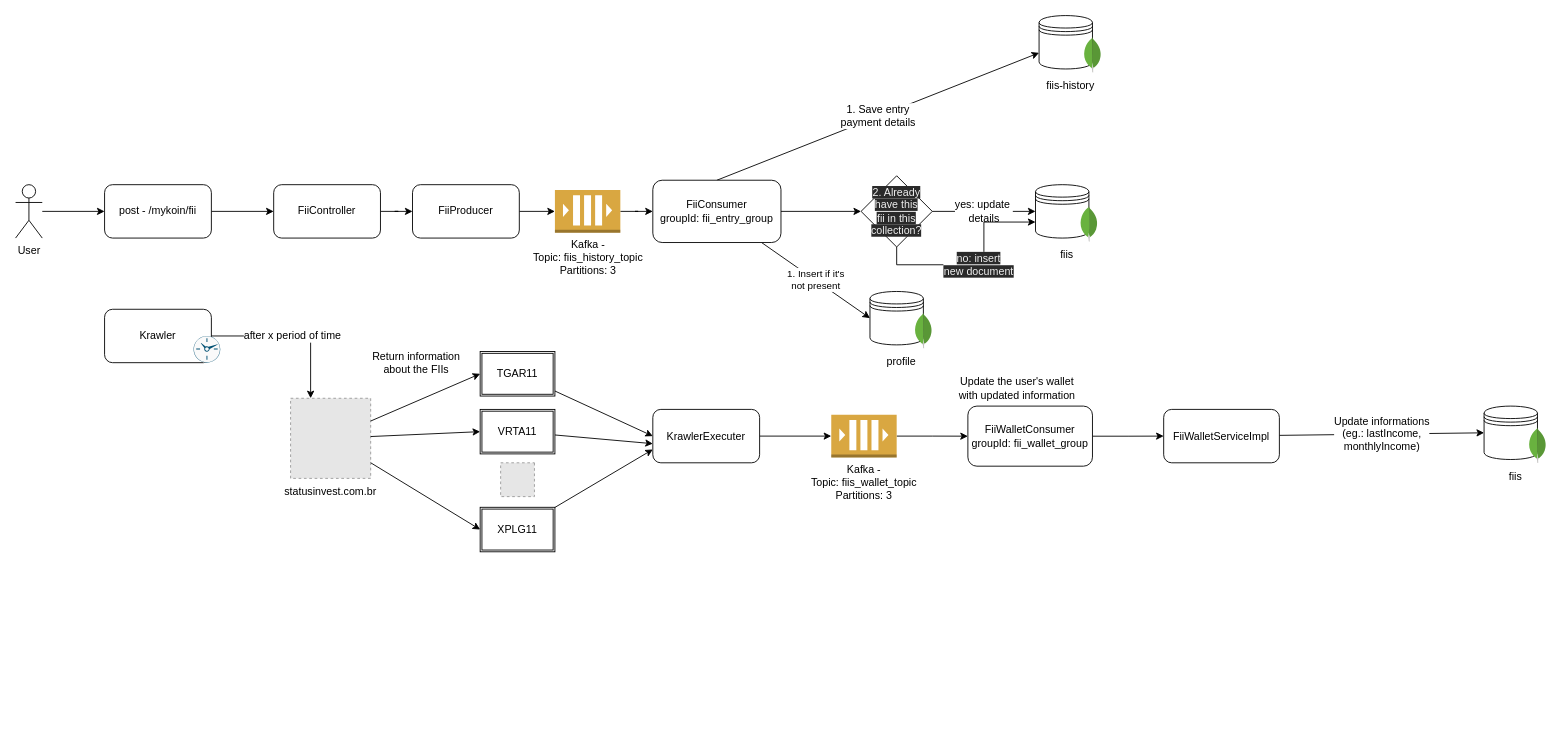
Above: page "FII" (2 of 2) of my-koin.drawio in Ebrunassi/my-koin (draw.io), before the change. Source tidied: cells renumbered, new cells numbered last; positions are measured from the earlier drawing's top-left corner, leaving out a move shared by most shapes. Both pictures are drawn from the tidied source at 89%, with x=0, y=0 at pixel (15, 15). Pictures stored in the file or linked from it are replaced by grey dashed boxes.
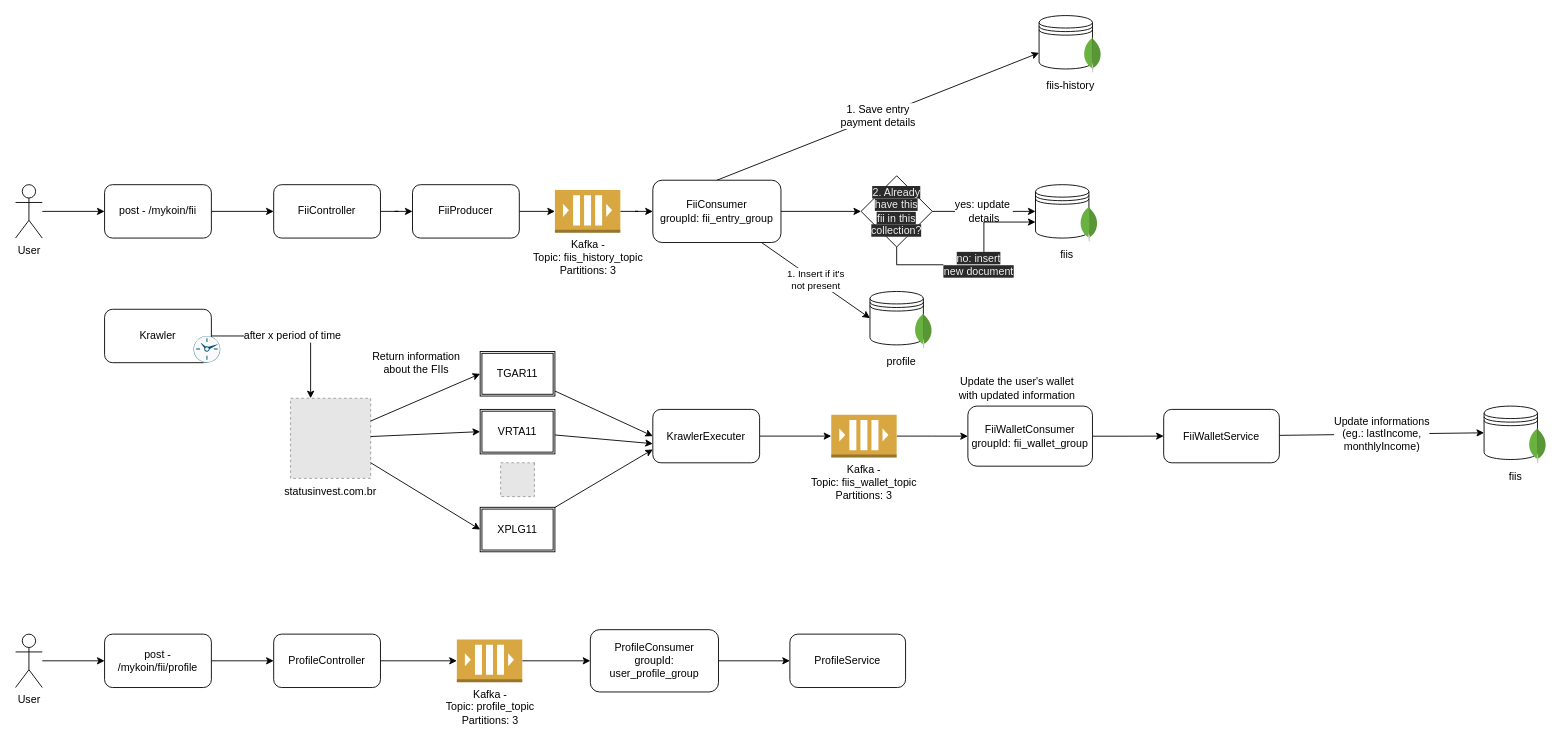
The same page after the edit.

Commit message (it also covers changes not shown here):
Create profile endpoint

Diff of the diagram source:
```diff
@@
-    <mxCell id="51" value="FiiWalletServiceImpl" style="rounded=1;whiteSpace=wrap;html=1;" parent="1" vertex="1">
+    <mxCell id="51" value="FiiWalletService" style="rounded=1;whiteSpace=wrap;html=1;" parent="1" vertex="1">
       <mxGeometry x="1290" y="442.5" width="130" height="60" as="geometry" />
     </mxCell>
@@
+    <mxCell id="67" style="edgeStyle=orthogonalEdgeStyle;rounded=0;jettySize=auto;html=1;" parent="1" edge="1" source="68" target="70">
+      <mxGeometry relative="1" as="geometry" />
+    </mxCell>
+    <mxCell id="68" value="User" style="shape=umlActor;verticalLabelPosition=bottom;verticalAlign=top;html=1;outlineConnect=0;" parent="1" vertex="1">
+      <mxGeometry y="695" width="30" height="60" as="geometry" />
+    </mxCell>
+    <mxCell id="69" style="edgeStyle=orthogonalEdgeStyle;rounded=0;jettySize=auto;html=1;entryX=0;entryY=0.5;entryDx=0;entryDy=0;" parent="1" edge="1" source="70" target="74">
+      <mxGeometry relative="1" as="geometry" />
+    </mxCell>
+    <mxCell id="70" value="post - /mykoin/fii/profile" style="rounded=1;whiteSpace=wrap;html=1;" parent="1" vertex="1">
+      <mxGeometry x="100" y="695" width="120" height="60" as="geometry" />
+    </mxCell>
+    <mxCell id="71" style="edgeStyle=orthogonalEdgeStyle;rounded=0;jettySize=auto;html=1;entryX=0;entryY=0.5;entryDx=0;entryDy=0;" parent="1" edge="1" source="72" target="76">
+      <mxGeometry relative="1" as="geometry" />
+    </mxCell>
+    <mxCell id="72" value="Kafka - &lt;br&gt;Topic: profile_topic&lt;br&gt;Partitions: 3" style="outlineConnect=0;dashed=0;verticalLabelPosition=bottom;verticalAlign=top;align=center;html=1;shape=mxgraph.aws3.queue;fillColor=#D9A741;gradientColor=none;" parent="1" vertex="1">
+      <mxGeometry x="495.8" y="701" width="73.5" height="48" as="geometry" />
+    </mxCell>
+    <mxCell id="73" style="edgeStyle=orthogonalEdgeStyle;rounded=0;jettySize=auto;html=1;" parent="1" edge="1" source="74" target="72">
+      <mxGeometry relative="1" as="geometry" />
+    </mxCell>
+    <mxCell id="74" value="ProfileController" style="rounded=1;whiteSpace=wrap;html=1;" parent="1" vertex="1">
+      <mxGeometry x="290" y="695" width="120" height="60" as="geometry" />
+    </mxCell>
+    <mxCell id="75" style="edgeStyle=orthogonalEdgeStyle;rounded=0;jettySize=auto;html=1;entryX=0;entryY=0.5;entryDx=0;entryDy=0;" parent="1" edge="1" source="76" target="77">
+      <mxGeometry relative="1" as="geometry" />
+    </mxCell>
+    <mxCell id="76" value="ProfileConsumer&lt;br&gt;groupId: user_profile_group" style="rounded=1;whiteSpace=wrap;html=1;" parent="1" vertex="1">
+      <mxGeometry x="645.8" y="690" width="144" height="70" as="geometry" />
+    </mxCell>
+    <mxCell id="77" value="ProfileService" style="rounded=1;whiteSpace=wrap;html=1;" parent="1" vertex="1">
+      <mxGeometry x="870" y="695" width="130" height="60" as="geometry" />
+    </mxCell>
```
